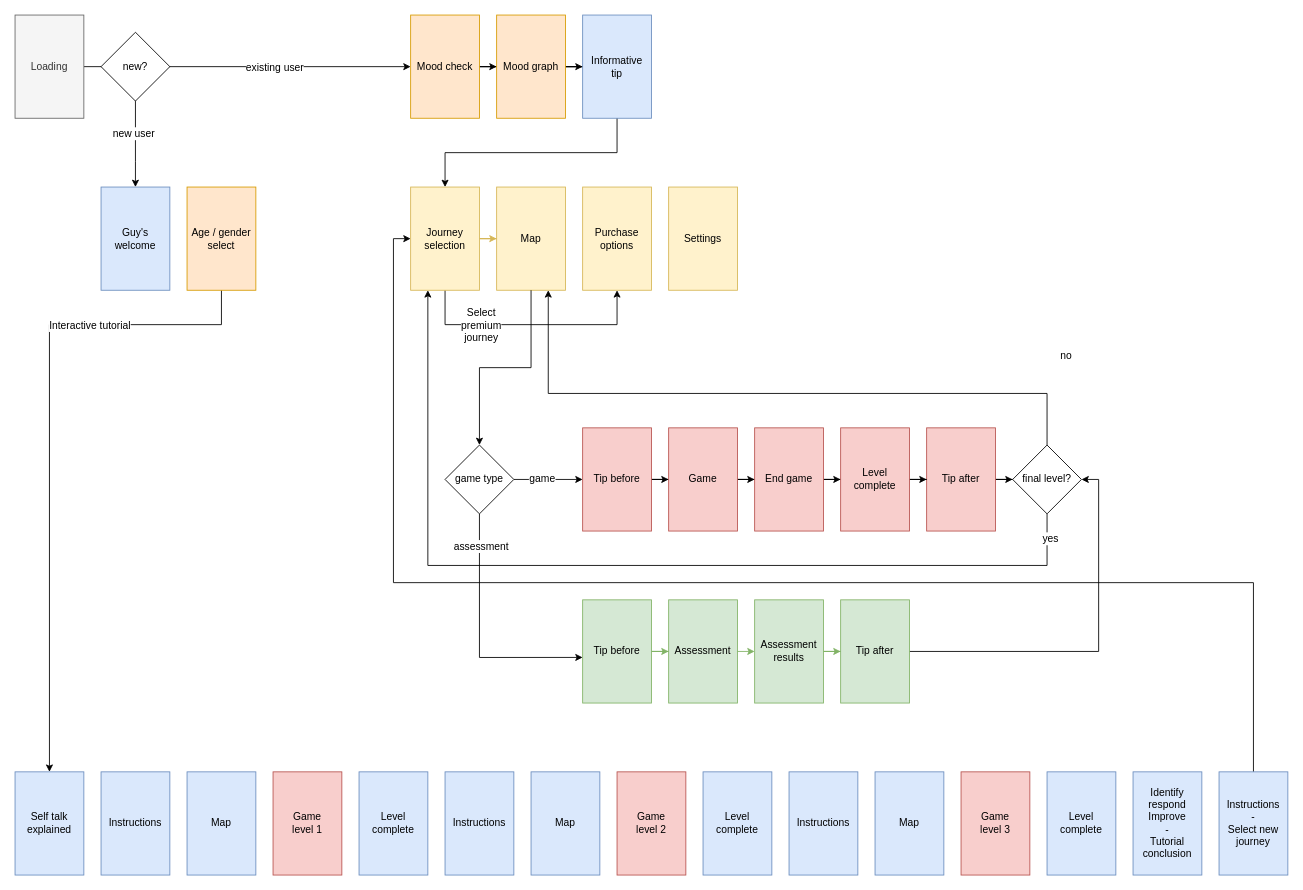
Above: GG Life flowchart.drawio in Samuramu/gg (draw.io), before the change. Source tidied: cells renumbered, new cells numbered last; positions are measured from the earlier drawing's top-left corner, leaving out a move shared by most shapes. Both pictures are drawn from the tidied source at 86%, with x=0, y=0 at pixel (15, 15).
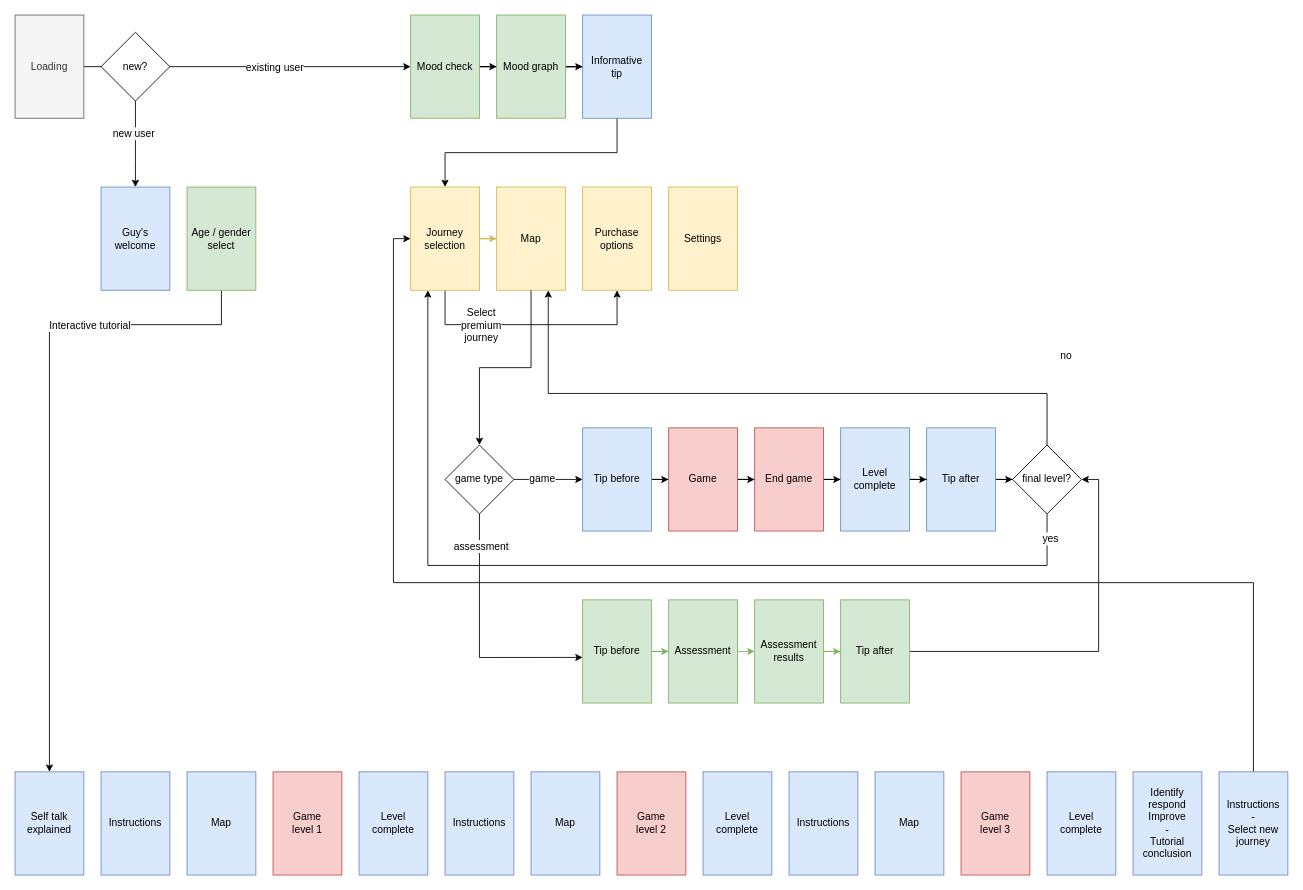
Above is the later version.

Change to the diagram source:
```diff
@@
-    <mxCell id="5" value="&lt;span style=&quot;white-space: normal&quot;&gt;Age / gender select&lt;/span&gt;" style="rounded=0;whiteSpace=wrap;html=1;fillColor=#ffe6cc;strokeColor=#d79b00;" parent="1" vertex="1">
+    <mxCell id="5" value="&lt;span style=&quot;white-space: normal&quot;&gt;Age / gender select&lt;/span&gt;" style="rounded=0;whiteSpace=wrap;html=1;fillColor=#d5e8d4;strokeColor=#82b366;" parent="1" vertex="1">
       <mxGeometry x="200" y="200" width="80" height="120" as="geometry" />
     </mxCell>
@@
-    <mxCell id="18" value="Tip before" style="rounded=0;whiteSpace=wrap;html=1;fillColor=#f8cecc;strokeColor=#b85450;" parent="1" vertex="1">
+    <mxCell id="18" value="Tip before" style="rounded=0;whiteSpace=wrap;html=1;fillColor=#dae8fc;strokeColor=#6c8ebf;" parent="1" vertex="1">
       <mxGeometry x="660" y="480" width="80" height="120" as="geometry" />
     </mxCell>
@@
-    <mxCell id="28" value="Tip after" style="rounded=0;whiteSpace=wrap;html=1;fillColor=#f8cecc;strokeColor=#b85450;" parent="1" vertex="1">
+    <mxCell id="28" value="Tip after" style="rounded=0;whiteSpace=wrap;html=1;fillColor=#dae8fc;strokeColor=#6c8ebf;" parent="1" vertex="1">
       <mxGeometry x="1060" y="480" width="80" height="120" as="geometry" />
     </mxCell>
@@
-    <mxCell id="35" value="&lt;span style=&quot;white-space: normal&quot;&gt;Mood check&lt;/span&gt;" style="rounded=0;whiteSpace=wrap;html=1;fillColor=#ffe6cc;strokeColor=#d79b00;" parent="1" vertex="1">
+    <mxCell id="35" value="&lt;span style=&quot;white-space: normal&quot;&gt;Mood check&lt;/span&gt;" style="rounded=0;whiteSpace=wrap;html=1;fillColor=#d5e8d4;strokeColor=#82b366;" parent="1" vertex="1">
       <mxGeometry x="460" width="80" height="120" as="geometry" />
     </mxCell>
@@
-    <mxCell id="38" value="&lt;span style=&quot;white-space: normal&quot;&gt;Mood graph&lt;/span&gt;" style="rounded=0;whiteSpace=wrap;html=1;fillColor=#ffe6cc;strokeColor=#d79b00;" parent="1" vertex="1">
+    <mxCell id="38" value="&lt;span style=&quot;white-space: normal&quot;&gt;Mood graph&lt;/span&gt;" style="rounded=0;whiteSpace=wrap;html=1;fillColor=#d5e8d4;strokeColor=#82b366;" parent="1" vertex="1">
       <mxGeometry x="560" width="80" height="120" as="geometry" />
     </mxCell>
@@
-    <mxCell id="55" value="Level complete" style="rounded=0;whiteSpace=wrap;html=1;fillColor=#f8cecc;strokeColor=#b85450;" parent="1" vertex="1">
+    <mxCell id="55" value="Level complete" style="rounded=0;whiteSpace=wrap;html=1;fillColor=#dae8fc;strokeColor=#6c8ebf;" parent="1" vertex="1">
       <mxGeometry x="960" y="480" width="80" height="120" as="geometry" />
     </mxCell>
```
